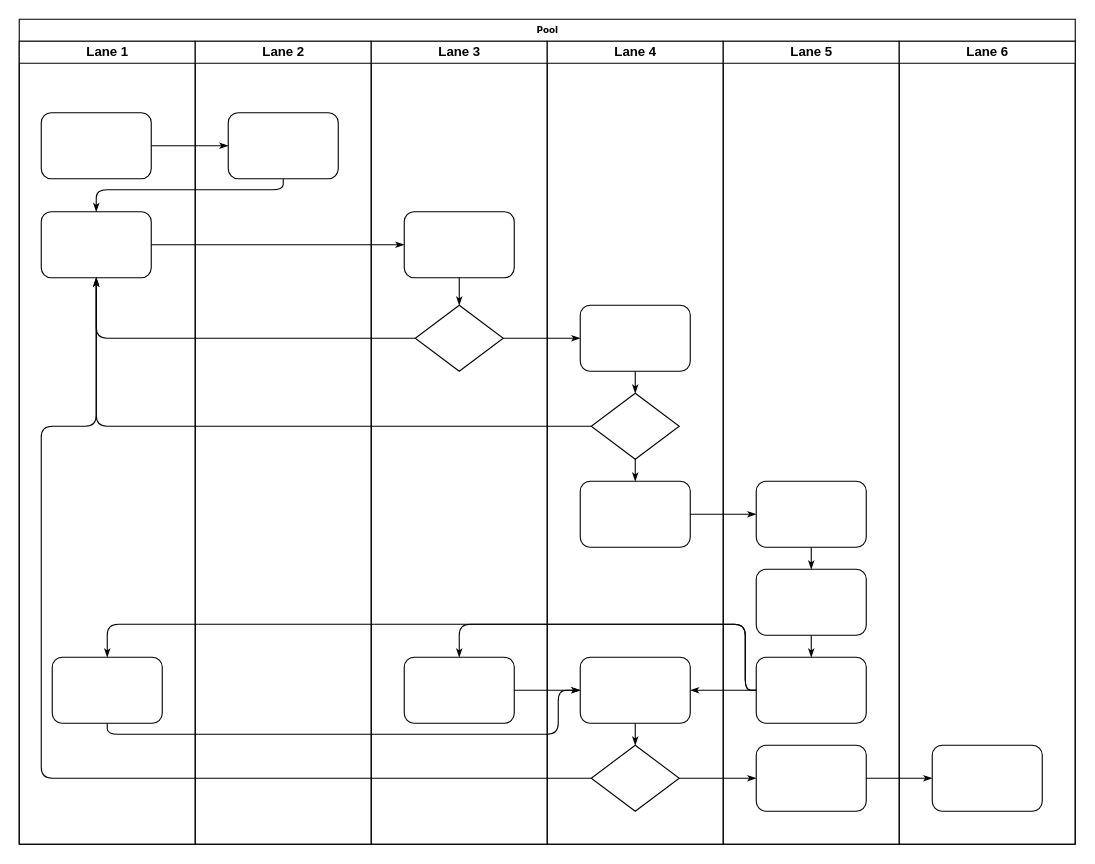
Earlier version of the draw.io diagram 未命名绘图.drawio (Laspiirinne/PSO). Source tidied: cells renumbered, new cells numbered last; positions are measured from the earlier drawing's top-left corner, leaving out a move shared by most shapes. Both pictures are drawn from the tidied source at 110%, with x=0, y=0 at pixel (19, 19).
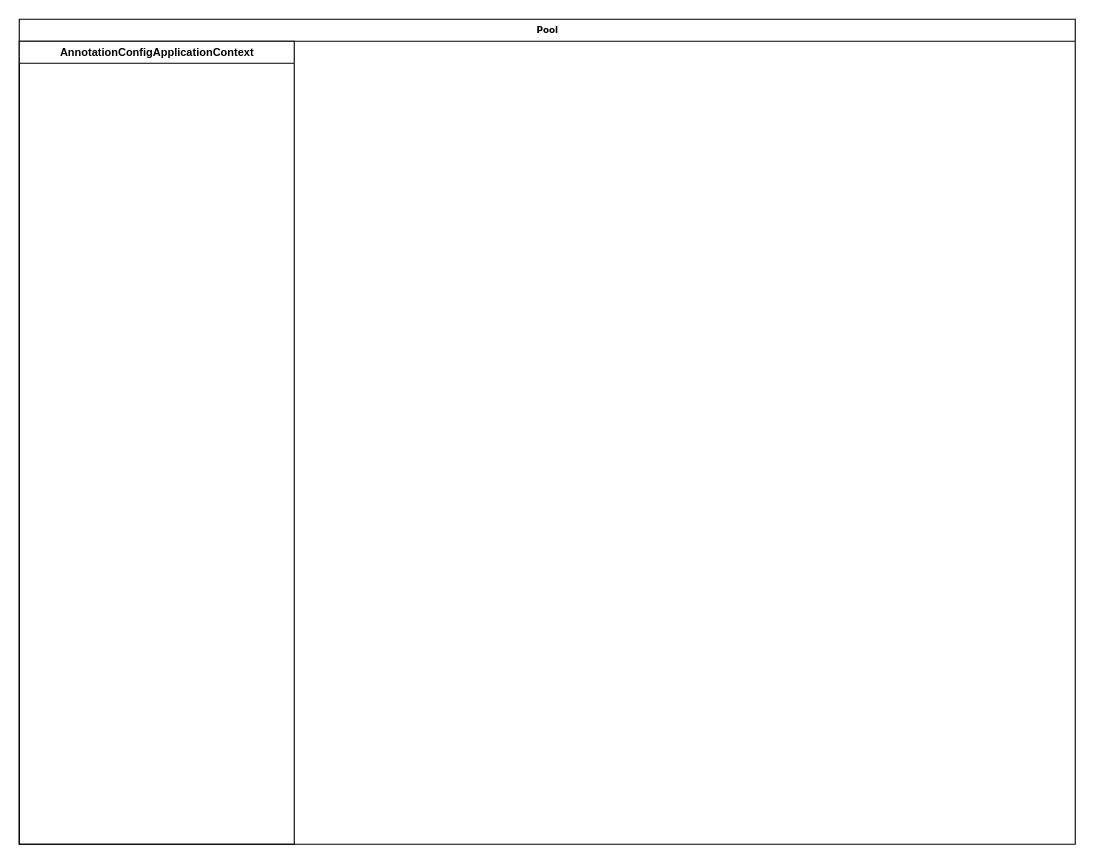
Above is the later version.

Commit message (it also covers changes not shown here):
更新未命名绘图.drawio

The change refers to these unchanged cells:
```xml
<mxCell id="2" value="Pool" style="swimlane;html=1;startSize=20;rounded=0;shadow=0;labelBackgroundColor=none;strokeWidth=1;fontFamily=Verdana;fontSize=8;align=center;" parent="1" vertex="1">
  <mxGeometry width="960" height="750" as="geometry" />
</mxCell>
```

Diff of the diagram source:
```diff
@@
-    <mxCell id="3" value="Lane 1" style="swimlane;html=1;startSize=20;" parent="2" vertex="1">
-      <mxGeometry y="20" width="160" height="730" as="geometry" />
+    <mxCell id="3" value="&lt;strong style=&quot;font-family: &amp;quot;lucida grande&amp;quot;, &amp;quot;lucida sans unicode&amp;quot;, lucida, helvetica, &amp;quot;Hiragino Sans GB&amp;quot;, &amp;quot;Microsoft YaHei&amp;quot;, &amp;quot;WenQuanYi Micro Hei&amp;quot;, sans-serif; text-align: start;&quot;&gt;&lt;font style=&quot;font-size: 10px;&quot;&gt;AnnotationConfigApplicationContext&lt;/font&gt;&lt;/strong&gt;" style="swimlane;html=1;startSize=20;" parent="2" vertex="1">
+      <mxGeometry y="20" width="250" height="730" as="geometry" />
     </mxCell>
-    <mxCell id="4" style="rounded=1;whiteSpace=wrap;html=1;shadow=0;labelBackgroundColor=none;strokeWidth=1;fontFamily=Verdana;fontSize=8;align=center;" parent="3" vertex="1">
-      <mxGeometry x="20" y="65" width="100" height="60" as="geometry" />
-    </mxCell>
-    <mxCell id="5" style="rounded=1;whiteSpace=wrap;html=1;shadow=0;labelBackgroundColor=none;strokeWidth=1;fontFamily=Verdana;fontSize=8;align=center;" parent="3" vertex="1">
-      <mxGeometry x="20" y="155" width="100" height="60" as="geometry" />
-    </mxCell>
-    <mxCell id="6" style="rounded=1;whiteSpace=wrap;html=1;shadow=0;labelBackgroundColor=none;strokeWidth=1;fontFamily=Verdana;fontSize=8;align=center;" parent="3" vertex="1">
-      <mxGeometry x="30" y="560" width="100" height="60" as="geometry" />
-    </mxCell>
-    <mxCell id="7" style="edgeStyle=orthogonalEdgeStyle;rounded=1;html=1;labelBackgroundColor=none;startArrow=none;startFill=0;startSize=5;endArrow=classicThin;endFill=1;endSize=5;jettySize=auto;strokeWidth=1;fontFamily=Verdana;fontSize=8;" parent="2" edge="1" source="4" target="23">
-      <mxGeometry relative="1" as="geometry" />
-    </mxCell>
-    <mxCell id="8" style="edgeStyle=orthogonalEdgeStyle;rounded=1;html=1;labelBackgroundColor=none;startArrow=none;startFill=0;startSize=5;endArrow=classicThin;endFill=1;endSize=5;jettySize=auto;strokeWidth=1;fontFamily=Verdana;fontSize=8;" parent="2" edge="1" source="23" target="5">
-      <mxGeometry relative="1" as="geometry">
-        <Array as="points">
-          <mxPoint x="240" y="155" />
-          <mxPoint x="70" y="155" />
-        </Array>
-      </mxGeometry>
-    </mxCell>
-    <mxCell id="9" style="edgeStyle=orthogonalEdgeStyle;rounded=1;html=1;labelBackgroundColor=none;startArrow=none;startFill=0;startSize=5;endArrow=classicThin;endFill=1;endSize=5;jettySize=auto;strokeWidth=1;fontFamily=Verdana;fontSize=8;" parent="2" edge="1" source="5" target="25">
-      <mxGeometry relative="1" as="geometry" />
-    </mxCell>
-    <mxCell id="10" style="edgeStyle=orthogonalEdgeStyle;rounded=1;html=1;labelBackgroundColor=none;startArrow=none;startFill=0;startSize=5;endArrow=classicThin;endFill=1;endSize=5;jettySize=auto;strokeWidth=1;fontFamily=Verdana;fontSize=8;" parent="2" edge="1" source="26" target="5">
-      <mxGeometry relative="1" as="geometry" />
-    </mxCell>
-    <mxCell id="11" style="edgeStyle=orthogonalEdgeStyle;rounded=1;html=1;labelBackgroundColor=none;startArrow=none;startFill=0;startSize=5;endArrow=classicThin;endFill=1;endSize=5;jettySize=auto;strokeWidth=1;fontFamily=Verdana;fontSize=8;" parent="2" edge="1" source="31" target="5">
-      <mxGeometry relative="1" as="geometry" />
-    </mxCell>
-    <mxCell id="12" style="edgeStyle=orthogonalEdgeStyle;rounded=1;html=1;labelBackgroundColor=none;startArrow=none;startFill=0;startSize=5;endArrow=classicThin;endFill=1;endSize=5;jettySize=auto;strokeWidth=1;fontFamily=Verdana;fontSize=8;" parent="2" edge="1" source="34" target="5">
-      <mxGeometry relative="1" as="geometry">
-        <Array as="points">
-          <mxPoint x="20" y="690" />
-          <mxPoint x="20" y="370" />
-          <mxPoint x="70" y="370" />
-        </Array>
-      </mxGeometry>
-    </mxCell>
-    <mxCell id="13" style="edgeStyle=orthogonalEdgeStyle;rounded=1;html=1;labelBackgroundColor=none;startArrow=none;startFill=0;startSize=5;endArrow=classicThin;endFill=1;endSize=5;jettySize=auto;strokeWidth=1;fontFamily=Verdana;fontSize=8;" parent="2" edge="1" source="26" target="30">
-      <mxGeometry relative="1" as="geometry" />
-    </mxCell>
-    <mxCell id="14" style="edgeStyle=orthogonalEdgeStyle;rounded=1;html=1;labelBackgroundColor=none;startArrow=none;startFill=0;startSize=5;endArrow=classicThin;endFill=1;endSize=5;jettySize=auto;strokeWidth=1;fontFamily=Verdana;fontSize=8;" parent="2" edge="1" source="34" target="42">
-      <mxGeometry relative="1" as="geometry" />
-    </mxCell>
-    <mxCell id="15" style="edgeStyle=orthogonalEdgeStyle;rounded=1;html=1;labelBackgroundColor=none;startArrow=none;startFill=0;startSize=5;endArrow=classicThin;endFill=1;endSize=5;jettySize=auto;strokeWidth=1;fontFamily=Verdana;fontSize=8;" parent="2" edge="1" source="42" target="46">
-      <mxGeometry relative="1" as="geometry" />
-    </mxCell>
-    <mxCell id="16" style="edgeStyle=orthogonalEdgeStyle;rounded=1;html=1;labelBackgroundColor=none;startArrow=none;startFill=0;startSize=5;endArrow=classicThin;endFill=1;endSize=5;jettySize=auto;strokeWidth=1;fontFamily=Verdana;fontSize=8;" parent="2" edge="1" source="32" target="39">
-      <mxGeometry relative="1" as="geometry" />
-    </mxCell>
-    <mxCell id="17" style="edgeStyle=orthogonalEdgeStyle;rounded=1;html=1;labelBackgroundColor=none;startArrow=none;startFill=0;startSize=5;endArrow=classicThin;endFill=1;endSize=5;jettySize=auto;strokeWidth=1;fontFamily=Verdana;fontSize=8;" parent="2" edge="1" source="41" target="27">
-      <mxGeometry relative="1" as="geometry">
-        <Array as="points">
-          <mxPoint x="660" y="610" />
-          <mxPoint x="660" y="550" />
-          <mxPoint x="400" y="550" />
-        </Array>
-      </mxGeometry>
-    </mxCell>
-    <mxCell id="18" style="edgeStyle=orthogonalEdgeStyle;rounded=1;html=1;labelBackgroundColor=none;startArrow=none;startFill=0;startSize=5;endArrow=classicThin;endFill=1;endSize=5;jettySize=auto;strokeColor=#000000;strokeWidth=1;fontFamily=Verdana;fontSize=8;fontColor=#000000;" parent="2" edge="1" source="41" target="33">
-      <mxGeometry relative="1" as="geometry" />
-    </mxCell>
-    <mxCell id="19" style="edgeStyle=orthogonalEdgeStyle;rounded=1;html=1;labelBackgroundColor=none;startArrow=none;startFill=0;startSize=5;endArrow=classicThin;endFill=1;endSize=5;jettySize=auto;strokeWidth=1;fontFamily=Verdana;fontSize=8;" parent="2" edge="1" source="41" target="6">
-      <mxGeometry relative="1" as="geometry">
-        <Array as="points">
-          <mxPoint x="660" y="610" />
-          <mxPoint x="660" y="550" />
-          <mxPoint x="80" y="550" />
-        </Array>
-      </mxGeometry>
-    </mxCell>
-    <mxCell id="20" style="edgeStyle=orthogonalEdgeStyle;rounded=1;html=1;labelBackgroundColor=none;startArrow=none;startFill=0;startSize=5;endArrow=classicThin;endFill=1;endSize=5;jettySize=auto;strokeWidth=1;fontFamily=Verdana;fontSize=8;" parent="2" edge="1" source="6" target="33">
-      <mxGeometry relative="1" as="geometry">
-        <Array as="points">
-          <mxPoint x="80" y="650" />
-          <mxPoint x="490" y="650" />
-          <mxPoint x="490" y="610" />
-        </Array>
-      </mxGeometry>
-    </mxCell>
-    <mxCell id="21" style="edgeStyle=orthogonalEdgeStyle;rounded=1;html=1;labelBackgroundColor=none;startArrow=none;startFill=0;startSize=5;endArrow=classicThin;endFill=1;endSize=5;jettySize=auto;strokeWidth=1;fontFamily=Verdana;fontSize=8;" parent="2" edge="1" source="27" target="33">
-      <mxGeometry relative="1" as="geometry" />
-    </mxCell>
-    <mxCell id="22" value="Lane 2" style="swimlane;html=1;startSize=20;" parent="2" vertex="1">
-      <mxGeometry x="160" y="20" width="160" height="730" as="geometry" />
-    </mxCell>
-    <mxCell id="23" style="rounded=1;whiteSpace=wrap;html=1;shadow=0;labelBackgroundColor=none;strokeWidth=1;fontFamily=Verdana;fontSize=8;align=center;" parent="22" vertex="1">
-      <mxGeometry x="30" y="65" width="100" height="60" as="geometry" />
-    </mxCell>
-    <mxCell id="24" value="Lane 3" style="swimlane;html=1;startSize=20;" parent="2" vertex="1">
-      <mxGeometry x="320" y="20" width="160" height="730" as="geometry" />
-    </mxCell>
-    <mxCell id="25" style="rounded=1;whiteSpace=wrap;html=1;shadow=0;labelBackgroundColor=none;strokeWidth=1;fontFamily=Verdana;fontSize=8;align=center;" parent="24" vertex="1">
-      <mxGeometry x="30" y="155" width="100" height="60" as="geometry" />
-    </mxCell>
-    <mxCell id="26" style="rhombus;whiteSpace=wrap;html=1;rounded=0;shadow=0;labelBackgroundColor=none;strokeWidth=1;fontFamily=Verdana;fontSize=8;align=center;" parent="24" vertex="1">
-      <mxGeometry x="40" y="240" width="80" height="60" as="geometry" />
-    </mxCell>
-    <mxCell id="27" style="rounded=1;whiteSpace=wrap;html=1;shadow=0;labelBackgroundColor=none;strokeWidth=1;fontFamily=Verdana;fontSize=8;align=center;" parent="24" vertex="1">
-      <mxGeometry x="30" y="560" width="100" height="60" as="geometry" />
-    </mxCell>
-    <mxCell id="28" style="edgeStyle=orthogonalEdgeStyle;rounded=1;html=1;labelBackgroundColor=none;startArrow=none;startFill=0;startSize=5;endArrow=classicThin;endFill=1;endSize=5;jettySize=auto;strokeWidth=1;fontFamily=Verdana;fontSize=8;" parent="24" edge="1" source="25" target="26">
-      <mxGeometry relative="1" as="geometry" />
-    </mxCell>
-    <mxCell id="29" value="Lane 4" style="swimlane;html=1;startSize=20;" parent="2" vertex="1">
-      <mxGeometry x="480" y="20" width="160" height="730" as="geometry" />
-    </mxCell>
-    <mxCell id="30" style="rounded=1;whiteSpace=wrap;html=1;shadow=0;labelBackgroundColor=none;strokeWidth=1;fontFamily=Verdana;fontSize=8;align=center;" parent="29" vertex="1">
-      <mxGeometry x="30" y="240" width="100" height="60" as="geometry" />
-    </mxCell>
-    <mxCell id="31" style="rhombus;whiteSpace=wrap;html=1;rounded=0;shadow=0;labelBackgroundColor=none;strokeWidth=1;fontFamily=Verdana;fontSize=8;align=center;" parent="29" vertex="1">
-      <mxGeometry x="40" y="320" width="80" height="60" as="geometry" />
-    </mxCell>
-    <mxCell id="32" style="rounded=1;whiteSpace=wrap;html=1;shadow=0;labelBackgroundColor=none;strokeWidth=1;fontFamily=Verdana;fontSize=8;align=center;" parent="29" vertex="1">
-      <mxGeometry x="30" y="400" width="100" height="60" as="geometry" />
-    </mxCell>
-    <mxCell id="33" style="rounded=1;whiteSpace=wrap;html=1;shadow=0;labelBackgroundColor=none;strokeWidth=1;fontFamily=Verdana;fontSize=8;align=center;" parent="29" vertex="1">
-      <mxGeometry x="30" y="560" width="100" height="60" as="geometry" />
-    </mxCell>
-    <mxCell id="34" style="rhombus;whiteSpace=wrap;html=1;rounded=0;shadow=0;labelBackgroundColor=none;strokeWidth=1;fontFamily=Verdana;fontSize=8;align=center;" parent="29" vertex="1">
-      <mxGeometry x="40" y="640" width="80" height="60" as="geometry" />
-    </mxCell>
-    <mxCell id="35" style="edgeStyle=orthogonalEdgeStyle;rounded=1;html=1;labelBackgroundColor=none;startArrow=none;startFill=0;startSize=5;endArrow=classicThin;endFill=1;endSize=5;jettySize=auto;strokeColor=#000000;strokeWidth=1;fontFamily=Verdana;fontSize=8;fontColor=#000000;" parent="29" edge="1" source="30" target="31">
-      <mxGeometry relative="1" as="geometry" />
-    </mxCell>
-    <mxCell id="36" style="edgeStyle=orthogonalEdgeStyle;rounded=1;html=1;labelBackgroundColor=none;startArrow=none;startFill=0;startSize=5;endArrow=classicThin;endFill=1;endSize=5;jettySize=auto;strokeWidth=1;fontFamily=Verdana;fontSize=8;" parent="29" edge="1" source="31" target="32">
-      <mxGeometry relative="1" as="geometry" />
-    </mxCell>
-    <mxCell id="37" style="edgeStyle=orthogonalEdgeStyle;rounded=1;html=1;labelBackgroundColor=none;startArrow=none;startFill=0;startSize=5;endArrow=classicThin;endFill=1;endSize=5;jettySize=auto;strokeWidth=1;fontFamily=Verdana;fontSize=8;" parent="29" edge="1" source="33" target="34">
-      <mxGeometry relative="1" as="geometry" />
-    </mxCell>
-    <mxCell id="38" value="Lane 5" style="swimlane;html=1;startSize=20;" parent="2" vertex="1">
-      <mxGeometry x="640" y="20" width="160" height="730" as="geometry" />
-    </mxCell>
-    <mxCell id="39" style="rounded=1;whiteSpace=wrap;html=1;shadow=0;labelBackgroundColor=none;strokeWidth=1;fontFamily=Verdana;fontSize=8;align=center;" parent="38" vertex="1">
-      <mxGeometry x="30" y="400" width="100" height="60" as="geometry" />
-    </mxCell>
-    <mxCell id="40" style="rounded=1;whiteSpace=wrap;html=1;shadow=0;labelBackgroundColor=none;strokeWidth=1;fontFamily=Verdana;fontSize=8;align=center;" parent="38" vertex="1">
-      <mxGeometry x="30" y="480" width="100" height="60" as="geometry" />
-    </mxCell>
-    <mxCell id="41" style="rounded=1;whiteSpace=wrap;html=1;shadow=0;labelBackgroundColor=none;strokeWidth=1;fontFamily=Verdana;fontSize=8;align=center;" parent="38" vertex="1">
-      <mxGeometry x="30" y="560" width="100" height="60" as="geometry" />
-    </mxCell>
-    <mxCell id="42" style="rounded=1;whiteSpace=wrap;html=1;shadow=0;labelBackgroundColor=none;strokeWidth=1;fontFamily=Verdana;fontSize=8;align=center;" parent="38" vertex="1">
-      <mxGeometry x="30" y="640" width="100" height="60" as="geometry" />
-    </mxCell>
-    <mxCell id="43" style="edgeStyle=orthogonalEdgeStyle;rounded=1;html=1;labelBackgroundColor=none;startArrow=none;startFill=0;startSize=5;endArrow=classicThin;endFill=1;endSize=5;jettySize=auto;strokeWidth=1;fontFamily=Verdana;fontSize=8;" parent="38" edge="1" source="39" target="40">
-      <mxGeometry relative="1" as="geometry" />
-    </mxCell>
-    <mxCell id="44" style="edgeStyle=orthogonalEdgeStyle;rounded=1;html=1;labelBackgroundColor=none;startArrow=none;startFill=0;startSize=5;endArrow=classicThin;endFill=1;endSize=5;jettySize=auto;strokeWidth=1;fontFamily=Verdana;fontSize=8;" parent="38" edge="1" source="40" target="41">
-      <mxGeometry relative="1" as="geometry" />
-    </mxCell>
-    <mxCell id="45" value="Lane 6" style="swimlane;html=1;startSize=20;" parent="2" vertex="1">
-      <mxGeometry x="800" y="20" width="160" height="730" as="geometry" />
-    </mxCell>
-    <mxCell id="46" style="rounded=1;whiteSpace=wrap;html=1;shadow=0;labelBackgroundColor=none;strokeWidth=1;fontFamily=Verdana;fontSize=8;align=center;" parent="45" vertex="1">
-      <mxGeometry x="30" y="640" width="100" height="60" as="geometry" />
-    </mxCell>
```
